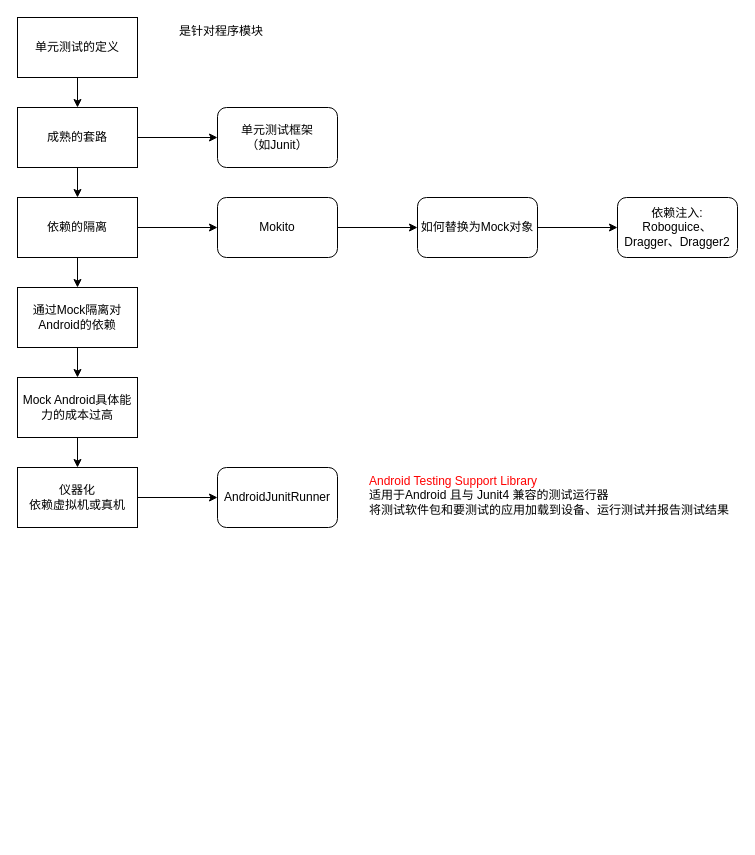
Above: 单元测试.drawio in walkwall/drawing (draw.io), before the change. Source tidied: cells renumbered, new cells numbered last; positions are measured from the earlier drawing's top-left corner, leaving out a move shared by most shapes. Both pictures are drawn from the tidied source at 100%, with x=0, y=0 at pixel (17, 17).
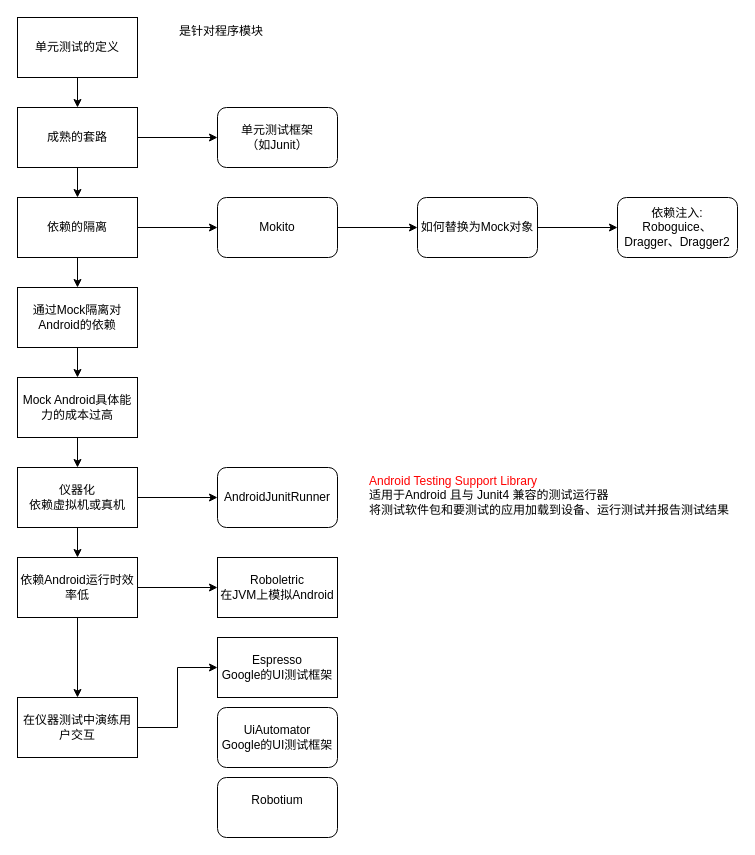
The same page after the edit.

Unchanged cells that the change refers to:
```xml
<mxCell id="15" value="仪器化&lt;br&gt;依赖虚拟机或真机&lt;br&gt;" style="rounded=0;whiteSpace=wrap;html=1;" parent="1" vertex="1">
  <mxGeometry y="450" width="120" height="60" as="geometry" />
</mxCell>
```

Change to the diagram source:
```diff
@@
+    <mxCell id="25" style="edgeStyle=orthogonalEdgeStyle;rounded=0;jettySize=auto;html=1;" parent="1" edge="1" source="15" target="28">
+      <mxGeometry relative="1" as="geometry" />
+    </mxCell>
@@
+    <mxCell id="26" style="edgeStyle=orthogonalEdgeStyle;rounded=0;jettySize=auto;html=1;" parent="1" edge="1" source="28" target="32">
+      <mxGeometry relative="1" as="geometry" />
+    </mxCell>
+    <mxCell id="27" style="edgeStyle=orthogonalEdgeStyle;rounded=0;jettySize=auto;html=1;" parent="1" edge="1" source="28" target="30">
+      <mxGeometry relative="1" as="geometry" />
+    </mxCell>
+    <mxCell id="28" value="依赖Android运行时效率低" style="rounded=0;whiteSpace=wrap;html=1;" parent="1" vertex="1">
+      <mxGeometry y="540" width="120" height="60" as="geometry" />
+    </mxCell>
+    <mxCell id="29" style="edgeStyle=orthogonalEdgeStyle;rounded=0;jettySize=auto;html=1;" parent="1" edge="1" source="30" target="31">
+      <mxGeometry relative="1" as="geometry" />
+    </mxCell>
+    <mxCell id="30" value="在仪器测试中演练用户交互" style="rounded=0;whiteSpace=wrap;html=1;" parent="1" vertex="1">
+      <mxGeometry y="680" width="120" height="60" as="geometry" />
+    </mxCell>
+    <mxCell id="31" value="Espresso&lt;br&gt;Google的UI测试框架&lt;br&gt;" style="rounded=0;whiteSpace=wrap;html=1;" parent="1" vertex="1">
+      <mxGeometry x="200" y="620" width="120" height="60" as="geometry" />
+    </mxCell>
+    <mxCell id="32" value="Roboletric&lt;br&gt;在JVM上模拟Android&lt;br&gt;" style="rounded=0;whiteSpace=wrap;html=1;" parent="1" vertex="1">
+      <mxGeometry x="200" y="540" width="120" height="60" as="geometry" />
+    </mxCell>
@@
+    <mxCell id="33" value="UiAutomator&lt;br&gt;Google的UI测试框架&lt;br&gt;" style="rounded=1;whiteSpace=wrap;html=1;align=center;" parent="1" vertex="1">
+      <mxGeometry x="200" y="690" width="120" height="60" as="geometry" />
+    </mxCell>
+    <mxCell id="34" value="Robotium&lt;br&gt;&lt;br&gt;" style="rounded=1;whiteSpace=wrap;html=1;align=center;" parent="1" vertex="1">
+      <mxGeometry x="200" y="760" width="120" height="60" as="geometry" />
+    </mxCell>
```
